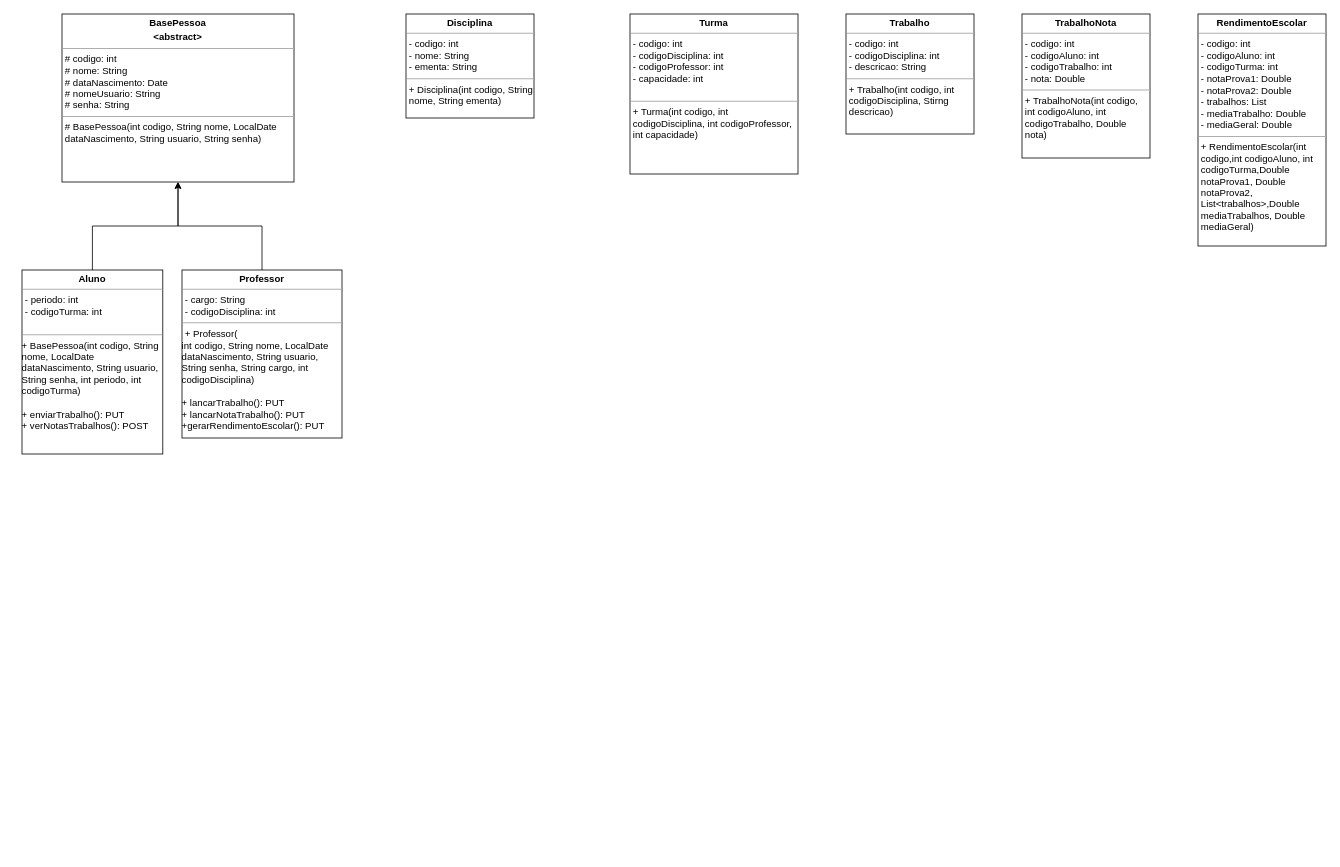
Above: Diagrama ProjetoApiContAcad,.drawio in wilianAlbrecht/ProjetoApiContAcad (draw.io), before the change. Source tidied: cells renumbered, new cells numbered last; positions are measured from the earlier drawing's top-left corner, leaving out a move shared by most shapes. Both pictures are drawn from the tidied source at 80%, with x=0, y=0 at pixel (22, 14).
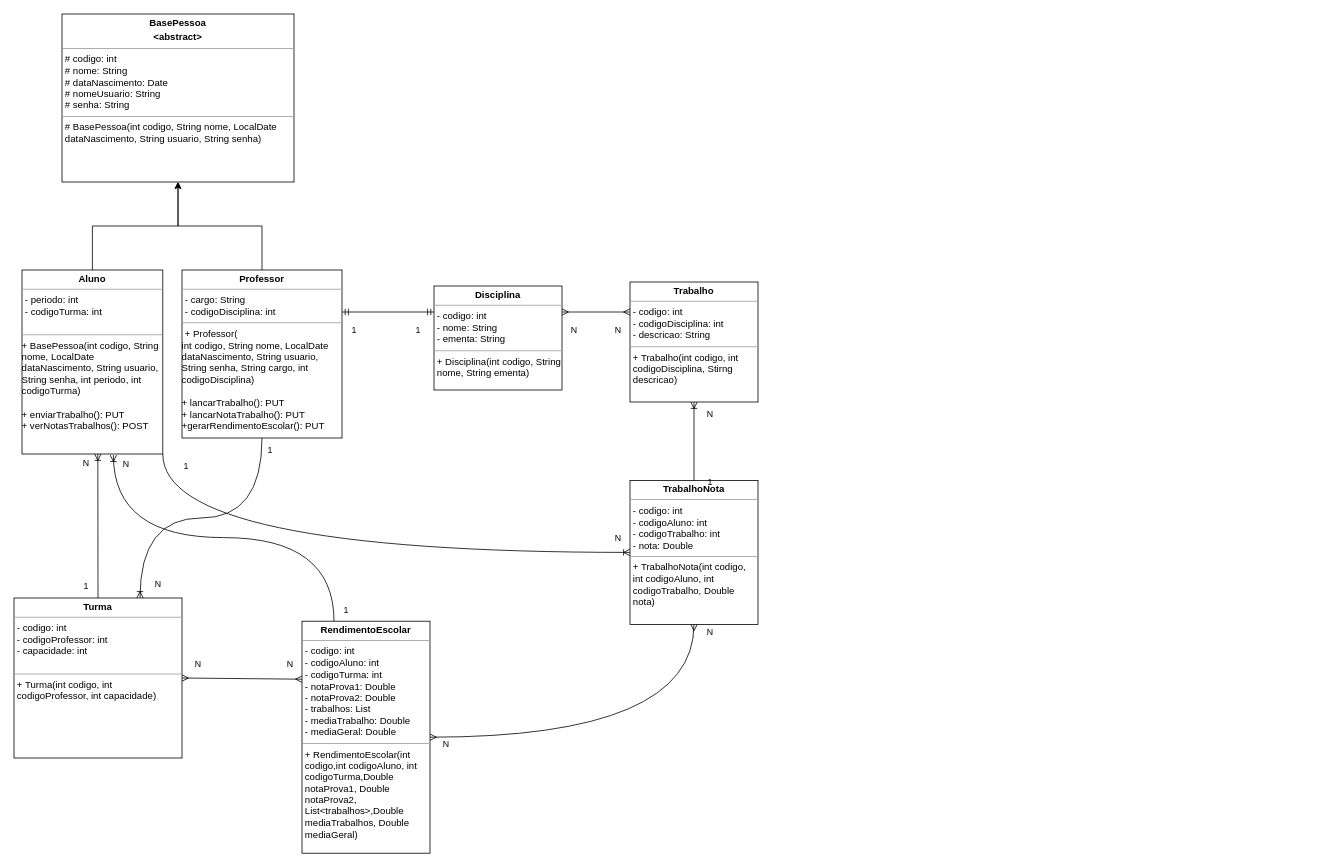
The same diagram, later.

Unchanged cells that the change refers to:
```xml
<mxCell id="4" value="&lt;p style=&quot;margin:0px;margin-top:4px;text-align:center;&quot;&gt;&lt;b&gt;Professor&lt;/b&gt;&lt;/p&gt;&lt;hr size=&quot;1&quot;&gt;&lt;p style=&quot;margin:0px;margin-left:4px;&quot;&gt;- cargo: String&lt;/p&gt;&lt;p style=&quot;margin:0px;margin-left:4px;&quot;&gt;- codigoDisciplina: int&lt;/p&gt;&lt;hr size=&quot;1&quot;&gt;&lt;p style=&quot;margin:0px;margin-left:4px;&quot;&gt;+ Professor(&lt;/p&gt;int codigo, String nome, LocalDate dataNascimento, String usuario, String senha, String cargo, int codigoDisciplina&lt;span style=&quot;background-color: initial;&quot;&gt;)&lt;br&gt;&lt;br&gt;+ lancarTrabalho(): PUT&lt;br&gt;+ lancarNotaTrabalho(): PUT&lt;br&gt;+gerarRendimentoEscolar(): PUT&lt;br&gt;&lt;br&gt;&lt;/span&gt;" style="verticalAlign=top;align=left;overflow=fill;fontSize=12;fontFamily=Helvetica;html=1;whiteSpace=wrap;" parent="1" vertex="1">
  <mxGeometry x="200" y="320" width="200" height="210" as="geometry" />
</mxCell>
<mxCell id="6" value="&lt;p style=&quot;margin:0px;margin-top:4px;text-align:center;&quot;&gt;&lt;b&gt;Aluno&lt;/b&gt;&lt;/p&gt;&lt;hr size=&quot;1&quot;&gt;&lt;p style=&quot;margin:0px;margin-left:4px;&quot;&gt;- periodo: int&lt;/p&gt;&lt;p style=&quot;margin:0px;margin-left:4px;&quot;&gt;- codigoTurma: int&lt;/p&gt;&lt;br&gt;&lt;hr size=&quot;1&quot;&gt;&lt;p style=&quot;margin:0px;margin-left:4px;&quot;&gt;&lt;/p&gt;+ BasePessoa(int codigo, String nome, LocalDate dataNascimento, String usuario, String senha, int periodo, int codigoTurma)&lt;br&gt;&lt;br&gt;+ enviarTrabalho(): PUT&lt;br&gt;+ verNotasTrabalhos(): POST" style="verticalAlign=top;align=left;overflow=fill;fontSize=12;fontFamily=Helvetica;html=1;whiteSpace=wrap;" parent="1" vertex="1">
  <mxGeometry y="320" width="176" height="230" as="geometry" />
</mxCell>
```

Change to the diagram source:
```diff
@@
     <mxCell id="7" value="&lt;p style=&quot;margin:0px;margin-top:4px;text-align:center;&quot;&gt;&lt;b&gt;Disciplina&lt;/b&gt;&lt;/p&gt;&lt;hr size=&quot;1&quot;&gt;&lt;p style=&quot;margin:0px;margin-left:4px;&quot;&gt;- codigo: int&lt;/p&gt;&lt;p style=&quot;margin:0px;margin-left:4px;&quot;&gt;- nome: String&lt;/p&gt;&lt;p style=&quot;margin:0px;margin-left:4px;&quot;&gt;- ementa: String&lt;/p&gt;&lt;hr size=&quot;1&quot;&gt;&lt;p style=&quot;margin:0px;margin-left:4px;&quot;&gt;+ Disciplina(int codigo, String nome, String ementa)&lt;/p&gt;" style="verticalAlign=top;align=left;overflow=fill;fontSize=12;fontFamily=Helvetica;html=1;whiteSpace=wrap;" parent="1" vertex="1">
-      <mxGeometry x="480" width="160" height="130" as="geometry" />
+      <mxGeometry x="515" y="340" width="160" height="130" as="geometry" />
     </mxCell>
-    <mxCell id="8" value="&lt;p style=&quot;margin:0px;margin-top:4px;text-align:center;&quot;&gt;&lt;b&gt;Turma&lt;/b&gt;&lt;/p&gt;&lt;hr size=&quot;1&quot;&gt;&lt;p style=&quot;margin:0px;margin-left:4px;&quot;&gt;- codigo: int&lt;/p&gt;&lt;p style=&quot;margin:0px;margin-left:4px;&quot;&gt;- codigoDisciplina: int&lt;/p&gt;&lt;p style=&quot;margin:0px;margin-left:4px;&quot;&gt;- codigoProfessor: int&lt;/p&gt;&lt;p style=&quot;margin:0px;margin-left:4px;&quot;&gt;- capacidade: int&lt;/p&gt;&lt;p style=&quot;margin:0px;margin-left:4px;&quot;&gt;&lt;br&gt;&lt;/p&gt;&lt;hr size=&quot;1&quot;&gt;&lt;p style=&quot;margin:0px;margin-left:4px;&quot;&gt;+ Turma(int codigo, int codigoDisciplina, int codigoProfessor, int capacidade)&lt;/p&gt;" style="verticalAlign=top;align=left;overflow=fill;fontSize=12;fontFamily=Helvetica;html=1;whiteSpace=wrap;" parent="1" vertex="1">
-      <mxGeometry x="760" width="210" height="200" as="geometry" />
+    <mxCell id="8" value="&lt;p style=&quot;margin:0px;margin-top:4px;text-align:center;&quot;&gt;&lt;b&gt;Turma&lt;/b&gt;&lt;/p&gt;&lt;hr size=&quot;1&quot;&gt;&lt;p style=&quot;margin:0px;margin-left:4px;&quot;&gt;- codigo: int&lt;/p&gt;&lt;p style=&quot;margin:0px;margin-left:4px;&quot;&gt;- codigoProfessor: int&lt;/p&gt;&lt;p style=&quot;margin:0px;margin-left:4px;&quot;&gt;- capacidade: int&lt;/p&gt;&lt;p style=&quot;margin:0px;margin-left:4px;&quot;&gt;&lt;br&gt;&lt;/p&gt;&lt;hr size=&quot;1&quot;&gt;&lt;p style=&quot;margin:0px;margin-left:4px;&quot;&gt;+ Turma(int codigo, int codigoProfessor, int capacidade)&lt;/p&gt;" style="verticalAlign=top;align=left;overflow=fill;fontSize=12;fontFamily=Helvetica;html=1;whiteSpace=wrap;" parent="1" vertex="1">
+      <mxGeometry x="-10" y="730" width="210" height="200" as="geometry" />
     </mxCell>
     <mxCell id="9" value="&lt;p style=&quot;margin:0px;margin-top:4px;text-align:center;&quot;&gt;&lt;b&gt;Trabalho&lt;/b&gt;&lt;/p&gt;&lt;hr size=&quot;1&quot;&gt;&lt;p style=&quot;margin:0px;margin-left:4px;&quot;&gt;- codigo: int&lt;/p&gt;&lt;p style=&quot;margin:0px;margin-left:4px;&quot;&gt;- codigoDisciplina: int&lt;/p&gt;&lt;p style=&quot;margin:0px;margin-left:4px;&quot;&gt;- descricao: String&lt;/p&gt;&lt;hr size=&quot;1&quot;&gt;&lt;p style=&quot;margin:0px;margin-left:4px;&quot;&gt;+ Trabalho(int codigo, int codigoDisciplina, Stirng descricao)&lt;/p&gt;" style="verticalAlign=top;align=left;overflow=fill;fontSize=12;fontFamily=Helvetica;html=1;whiteSpace=wrap;" parent="1" vertex="1">
-      <mxGeometry x="1030" width="160" height="150" as="geometry" />
+      <mxGeometry x="760" y="335" width="160" height="150" as="geometry" />
     </mxCell>
     <mxCell id="10" value="&lt;p style=&quot;margin:0px;margin-top:4px;text-align:center;&quot;&gt;&lt;b&gt;TrabalhoNota&lt;/b&gt;&lt;/p&gt;&lt;hr size=&quot;1&quot;&gt;&lt;p style=&quot;margin:0px;margin-left:4px;&quot;&gt;- codigo: int&lt;/p&gt;&lt;p style=&quot;margin:0px;margin-left:4px;&quot;&gt;- codigoAluno: int&lt;/p&gt;&lt;p style=&quot;margin:0px;margin-left:4px;&quot;&gt;- codigoTrabalho: int&lt;/p&gt;&lt;p style=&quot;margin:0px;margin-left:4px;&quot;&gt;- nota: Double&lt;/p&gt;&lt;hr size=&quot;1&quot;&gt;&lt;p style=&quot;margin:0px;margin-left:4px;&quot;&gt;+ TrabalhoNota(int codigo, int codigoAluno, int codigoTrabalho, Double nota)&lt;/p&gt;" style="verticalAlign=top;align=left;overflow=fill;fontSize=12;fontFamily=Helvetica;html=1;whiteSpace=wrap;" parent="1" vertex="1">
-      <mxGeometry x="1250" width="160" height="180" as="geometry" />
+      <mxGeometry x="760" y="583" width="160" height="180" as="geometry" />
     </mxCell>
     <mxCell id="11" value="&lt;p style=&quot;margin:0px;margin-top:4px;text-align:center;&quot;&gt;&lt;b&gt;RendimentoEscolar&lt;/b&gt;&lt;/p&gt;&lt;hr size=&quot;1&quot;&gt;&lt;p style=&quot;margin:0px;margin-left:4px;&quot;&gt;- codigo: int&lt;/p&gt;&lt;p style=&quot;margin:0px;margin-left:4px;&quot;&gt;- codigoAluno: int&lt;/p&gt;&lt;p style=&quot;margin:0px;margin-left:4px;&quot;&gt;- codigoTurma: int&lt;/p&gt;&lt;p style=&quot;margin:0px;margin-left:4px;&quot;&gt;- notaProva1: Double&lt;/p&gt;&lt;p style=&quot;margin:0px;margin-left:4px;&quot;&gt;- notaProva2: Double&lt;/p&gt;&lt;p style=&quot;margin:0px;margin-left:4px;&quot;&gt;- trabalhos: List&lt;/p&gt;&lt;p style=&quot;margin:0px;margin-left:4px;&quot;&gt;- mediaTrabalho: Double&lt;/p&gt;&lt;p style=&quot;margin:0px;margin-left:4px;&quot;&gt;- mediaGeral: Double&lt;/p&gt;&lt;hr size=&quot;1&quot;&gt;&lt;p style=&quot;margin:0px;margin-left:4px;&quot;&gt;+ RendimentoEscolar(int codigo,int codigoAluno, int codigoTurma,Double notaProva1, Double notaProva2, List&amp;lt;trabalhos&amp;gt;,Double mediaTrabalhos, Double mediaGeral)&lt;/p&gt;" style="verticalAlign=top;align=left;overflow=fill;fontSize=12;fontFamily=Helvetica;html=1;whiteSpace=wrap;" parent="1" vertex="1">
-      <mxGeometry x="1470" width="160" height="290" as="geometry" />
+      <mxGeometry x="350" y="759" width="160" height="290" as="geometry" />
     </mxCell>
+    <mxCell id="12" style="fontSize=12;html=1;endArrow=ERoneToMany;rounded=0;exitX=0.5;exitY=0;exitDx=0;exitDy=0;" parent="1" edge="1" source="8">
+      <mxGeometry relative="1" as="geometry">
+        <mxPoint x="94.8" y="550" as="targetPoint" />
+      </mxGeometry>
+    </mxCell>
+    <mxCell id="13" value="N" style="edgeLabel;html=1;align=center;verticalAlign=middle;fontSize=11;fontFamily=Helvetica;fontColor=default;" parent="12" vertex="1">
+      <mxGeometry x="0.92" y="2" relative="1" as="geometry">
+        <mxPoint x="-13" y="3" as="offset" />
+      </mxGeometry>
+    </mxCell>
+    <mxCell id="14" value="1" style="text;html=1;align=center;verticalAlign=middle;strokeColor=none;fillColor=none;fontSize=11;fontFamily=Helvetica;fontColor=default;" parent="1" vertex="1">
+      <mxGeometry x="65" y="700" width="30" height="30" as="geometry" />
+    </mxCell>
+    <mxCell id="15" value="1" style="text;html=1;align=center;verticalAlign=middle;strokeColor=none;fillColor=none;fontSize=11;fontFamily=Helvetica;fontColor=default;" parent="1" vertex="1">
+      <mxGeometry x="400" y="380" width="30" height="30" as="geometry" />
+    </mxCell>
+    <mxCell id="16" value="1" style="text;html=1;align=center;verticalAlign=middle;strokeColor=none;fillColor=none;fontSize=11;fontFamily=Helvetica;fontColor=default;" parent="1" vertex="1">
+      <mxGeometry x="480" y="380" width="30" height="30" as="geometry" />
+    </mxCell>
+    <mxCell id="17" style="fontSize=12;html=1;endArrow=ERmany;startArrow=ERmany;rounded=0;labelBackgroundColor=default;strokeColor=default;align=center;verticalAlign=middle;fontFamily=Helvetica;fontColor=default;shape=connector;exitX=1;exitY=0.25;exitDx=0;exitDy=0;entryX=0;entryY=0.25;entryDx=0;entryDy=0;" parent="1" edge="1" source="7" target="9">
+      <mxGeometry relative="1" as="geometry" />
+    </mxCell>
+    <mxCell id="18" value="N" style="text;html=1;align=center;verticalAlign=middle;strokeColor=none;fillColor=none;fontSize=11;fontFamily=Helvetica;fontColor=default;" parent="1" vertex="1">
+      <mxGeometry x="675" y="380" width="30" height="30" as="geometry" />
+    </mxCell>
+    <mxCell id="19" value="N" style="text;html=1;align=center;verticalAlign=middle;strokeColor=none;fillColor=none;fontSize=11;fontFamily=Helvetica;fontColor=default;" parent="1" vertex="1">
+      <mxGeometry x="730" y="380" width="30" height="30" as="geometry" />
+    </mxCell>
+    <mxCell id="20" style="fontSize=12;html=1;endArrow=ERoneToMany;rounded=0;labelBackgroundColor=default;strokeColor=default;align=center;verticalAlign=middle;fontFamily=Helvetica;fontColor=default;shape=connector;exitX=0.5;exitY=0;exitDx=0;exitDy=0;entryX=0.5;entryY=1;entryDx=0;entryDy=0;" parent="1" edge="1" source="10" target="9">
+      <mxGeometry relative="1" as="geometry" />
+    </mxCell>
+    <mxCell id="21" value="1" style="text;html=1;align=center;verticalAlign=middle;strokeColor=none;fillColor=none;fontSize=11;fontFamily=Helvetica;fontColor=default;" parent="1" vertex="1">
+      <mxGeometry x="845" y="570" width="30" height="30" as="geometry" />
+    </mxCell>
+    <mxCell id="22" value="N" style="text;html=1;align=center;verticalAlign=middle;strokeColor=none;fillColor=none;fontSize=11;fontFamily=Helvetica;fontColor=default;" parent="1" vertex="1">
+      <mxGeometry x="845" y="485" width="30" height="30" as="geometry" />
+    </mxCell>
+    <mxCell id="23" style="edgeStyle=orthogonalEdgeStyle;fontSize=12;html=1;endArrow=ERoneToMany;rounded=0;labelBackgroundColor=default;strokeColor=default;align=center;verticalAlign=middle;fontFamily=Helvetica;fontColor=default;shape=connector;curved=1;entryX=0;entryY=0.5;entryDx=0;entryDy=0;exitX=1;exitY=1;exitDx=0;exitDy=0;" parent="1" edge="1" source="6" target="10">
+      <mxGeometry relative="1" as="geometry" />
+    </mxCell>
+    <mxCell id="24" value="N" style="text;html=1;align=center;verticalAlign=middle;strokeColor=none;fillColor=none;fontSize=11;fontFamily=Helvetica;fontColor=default;" parent="1" vertex="1">
+      <mxGeometry x="730" y="640" width="30" height="30" as="geometry" />
+    </mxCell>
+    <mxCell id="25" value="1" style="text;html=1;align=center;verticalAlign=middle;strokeColor=none;fillColor=none;fontSize=11;fontFamily=Helvetica;fontColor=default;" parent="1" vertex="1">
+      <mxGeometry x="190" y="550" width="30" height="30" as="geometry" />
+    </mxCell>
+    <mxCell id="26" style="edgeStyle=orthogonalEdgeStyle;fontSize=12;html=1;endArrow=ERoneToMany;rounded=0;labelBackgroundColor=default;strokeColor=default;align=center;verticalAlign=middle;fontFamily=Helvetica;fontColor=default;shape=connector;curved=1;entryX=0.649;entryY=1.006;entryDx=0;entryDy=0;entryPerimeter=0;exitX=0.25;exitY=0;exitDx=0;exitDy=0;" parent="1" edge="1" source="11" target="6">
+      <mxGeometry relative="1" as="geometry" />
+    </mxCell>
+    <mxCell id="27" value="N" style="text;html=1;align=center;verticalAlign=middle;strokeColor=none;fillColor=none;fontSize=11;fontFamily=Helvetica;fontColor=default;" parent="1" vertex="1">
+      <mxGeometry x="115" y="548" width="30" height="30" as="geometry" />
+    </mxCell>
+    <mxCell id="28" value="1" style="text;html=1;align=center;verticalAlign=middle;strokeColor=none;fillColor=none;fontSize=11;fontFamily=Helvetica;fontColor=default;" parent="1" vertex="1">
+      <mxGeometry x="390" y="730" width="30" height="30" as="geometry" />
+    </mxCell>
+    <mxCell id="29" style="fontSize=12;html=1;endArrow=ERmany;startArrow=ERmany;rounded=0;labelBackgroundColor=default;strokeColor=default;align=center;verticalAlign=middle;fontFamily=Helvetica;fontColor=default;shape=connector;entryX=0;entryY=0.25;entryDx=0;entryDy=0;exitX=1;exitY=0.5;exitDx=0;exitDy=0;" parent="1" edge="1" source="8" target="11">
+      <mxGeometry relative="1" as="geometry" />
+    </mxCell>
+    <mxCell id="30" value="N" style="text;html=1;align=center;verticalAlign=middle;strokeColor=none;fillColor=none;fontSize=11;fontFamily=Helvetica;fontColor=default;" parent="1" vertex="1">
+      <mxGeometry x="205" y="798" width="30" height="30" as="geometry" />
+    </mxCell>
+    <mxCell id="31" value="N" style="text;html=1;align=center;verticalAlign=middle;strokeColor=none;fillColor=none;fontSize=11;fontFamily=Helvetica;fontColor=default;" parent="1" vertex="1">
+      <mxGeometry x="320" y="798" width="30" height="30" as="geometry" />
+    </mxCell>
+    <mxCell id="32" style="edgeStyle=orthogonalEdgeStyle;fontSize=12;html=1;endArrow=ERmany;startArrow=ERmany;rounded=0;labelBackgroundColor=default;strokeColor=default;align=center;verticalAlign=middle;fontFamily=Helvetica;fontColor=default;shape=connector;curved=1;entryX=0.5;entryY=1;entryDx=0;entryDy=0;exitX=1;exitY=0.5;exitDx=0;exitDy=0;" parent="1" edge="1" source="11" target="10">
+      <mxGeometry relative="1" as="geometry" />
+    </mxCell>
+    <mxCell id="33" value="N" style="text;html=1;align=center;verticalAlign=middle;strokeColor=none;fillColor=none;fontSize=11;fontFamily=Helvetica;fontColor=default;" parent="1" vertex="1">
+      <mxGeometry x="515" y="898" width="30" height="30" as="geometry" />
+    </mxCell>
+    <mxCell id="34" value="N" style="text;html=1;align=center;verticalAlign=middle;strokeColor=none;fillColor=none;fontSize=11;fontFamily=Helvetica;fontColor=default;" parent="1" vertex="1">
+      <mxGeometry x="845" y="758" width="30" height="30" as="geometry" />
+    </mxCell>
+    <mxCell id="35" style="fontSize=12;html=1;endArrow=ERmandOne;startArrow=ERmandOne;rounded=0;labelBackgroundColor=default;strokeColor=default;align=center;verticalAlign=middle;fontFamily=Helvetica;fontColor=default;shape=connector;exitX=1;exitY=0.25;exitDx=0;exitDy=0;entryX=0;entryY=0.25;entryDx=0;entryDy=0;" parent="1" edge="1" source="4" target="7">
+      <mxGeometry relative="1" as="geometry" />
+    </mxCell>
+    <mxCell id="36" value="1" style="text;html=1;align=center;verticalAlign=middle;strokeColor=none;fillColor=none;fontSize=11;fontFamily=Helvetica;fontColor=default;" parent="1" vertex="1">
+      <mxGeometry x="295" y="530" width="30" height="30" as="geometry" />
+    </mxCell>
+    <mxCell id="37" value="N" style="text;html=1;align=center;verticalAlign=middle;strokeColor=none;fillColor=none;fontSize=11;fontFamily=Helvetica;fontColor=default;" parent="1" vertex="1">
+      <mxGeometry x="155" y="698" width="30" height="30" as="geometry" />
+    </mxCell>
+    <mxCell id="38" style="edgeStyle=orthogonalEdgeStyle;fontSize=12;html=1;endArrow=ERoneToMany;rounded=0;labelBackgroundColor=default;strokeColor=default;align=center;verticalAlign=middle;fontFamily=Helvetica;fontColor=default;shape=connector;curved=1;entryX=0.75;entryY=0;entryDx=0;entryDy=0;" parent="1" edge="1" source="4" target="8">
+      <mxGeometry relative="1" as="geometry" />
+    </mxCell>
```
